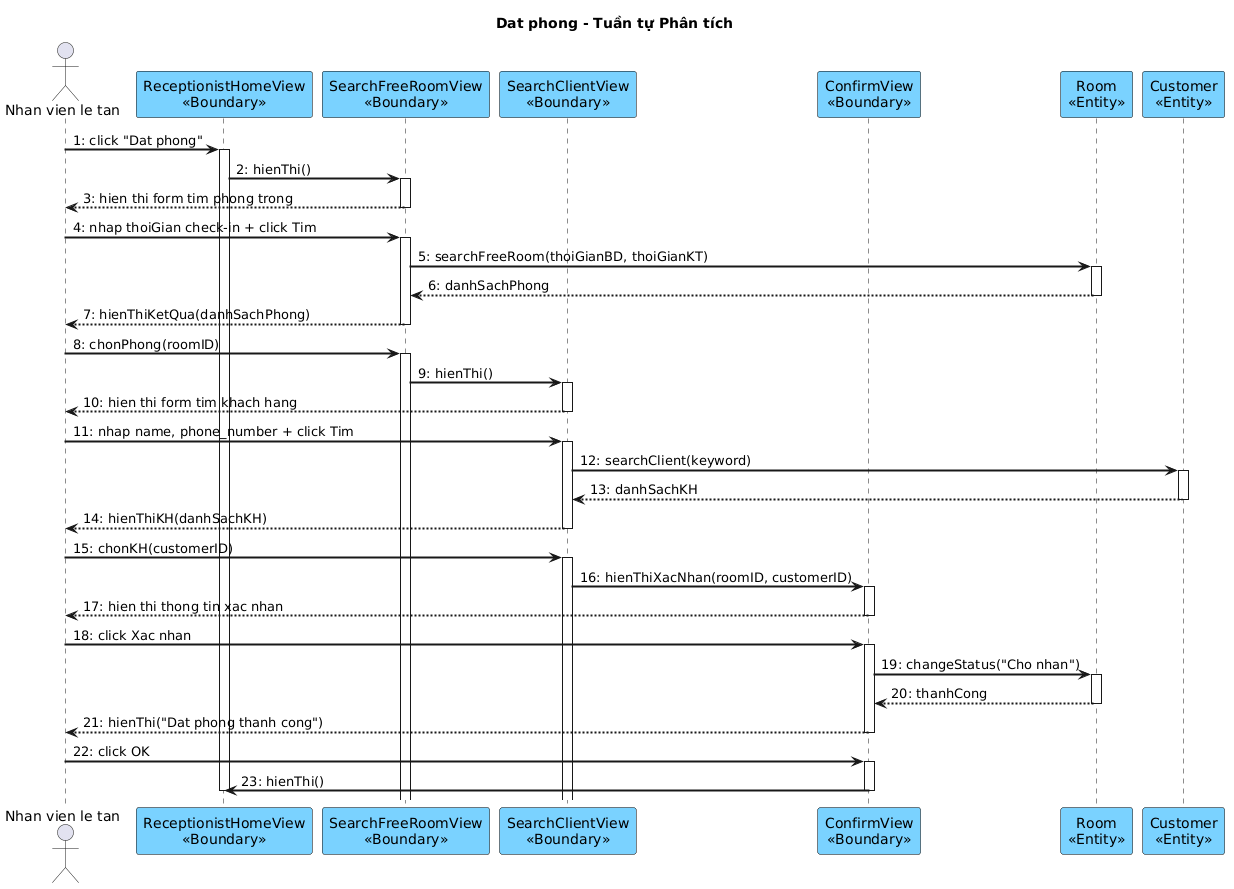
Earlier version of the PlantUML export output/diagrams/booking_aseq_datphong.png (thanhtrnnn/cnpm).
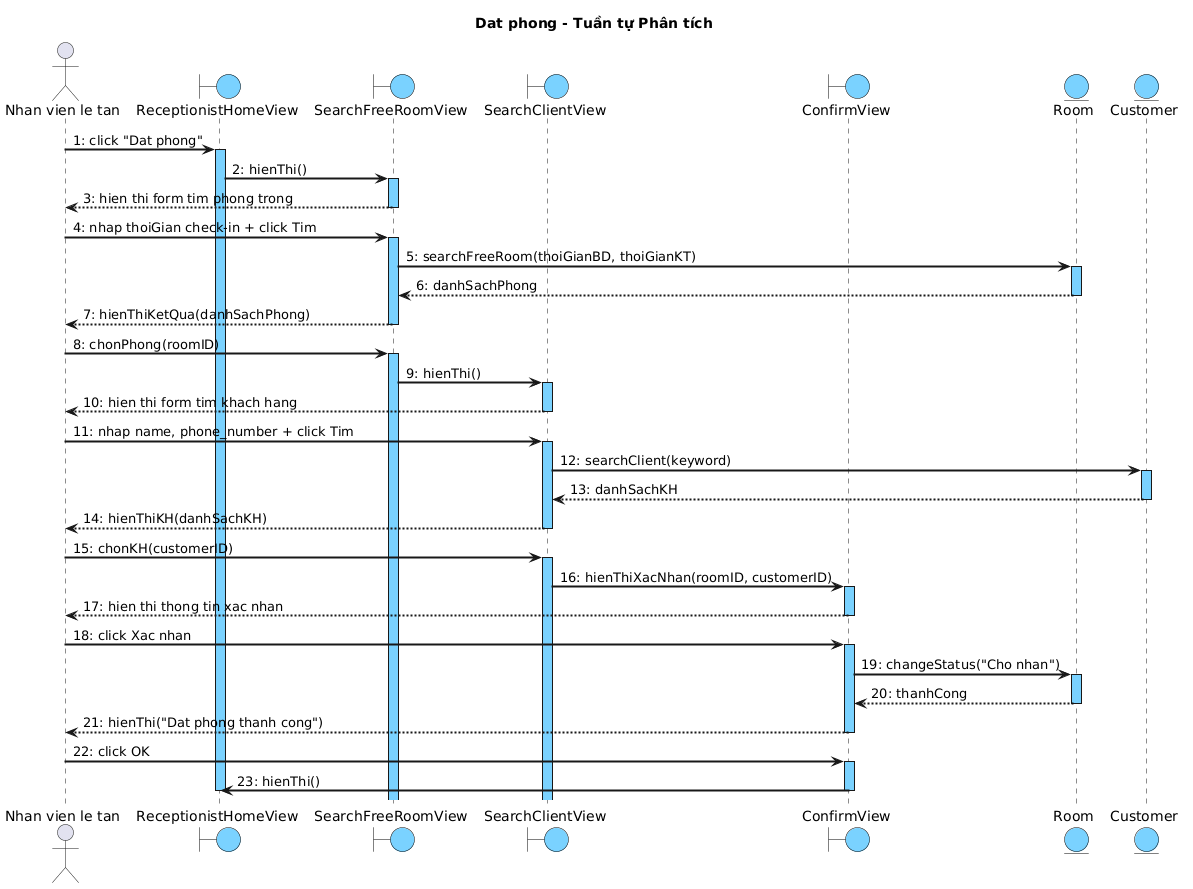
Later version of the same file.

Commit message:
fix: sequence diagrams - blue activation bars + boundary/entity circle symbols

Diff of the diagram source:
```diff
@@ -2,6 +2,7 @@
 skinparam shadowing false
 skinparam SequenceMessageAlign left
 skinparam SequenceArrowThickness 2
+skinparam SequenceLifeLineBackgroundColor #7AD2FF
 skinparam ParticipantBackgroundColor #7AD2FF
 skinparam ParticipantBorderColor black
 skinparam BoundaryBackgroundColor #7AD2FF
@@ -12,12 +13,12 @@
 title Dat phong - Tuần tự Phân tích
 
 actor "Nhan vien le tan" as NV
-participant "ReceptionistHomeView\n<<Boundary>>" as Home
-participant "SearchFreeRoomView\n<<Boundary>>" as SRF
-participant "SearchClientView\n<<Boundary>>" as SCF
-participant "ConfirmView\n<<Boundary>>" as CV
-participant "Room\n<<Entity>>" as Room
-participant "Customer\n<<Entity>>" as Cust
+boundary "ReceptionistHomeView" as Home
+boundary "SearchFreeRoomView" as SRF
+boundary "SearchClientView" as SCF
+boundary "ConfirmView" as CV
+entity "Room" as Room
+entity "Customer" as Cust
 
 NV -> Home : 1: click "Dat phong"
 activate Home
```
